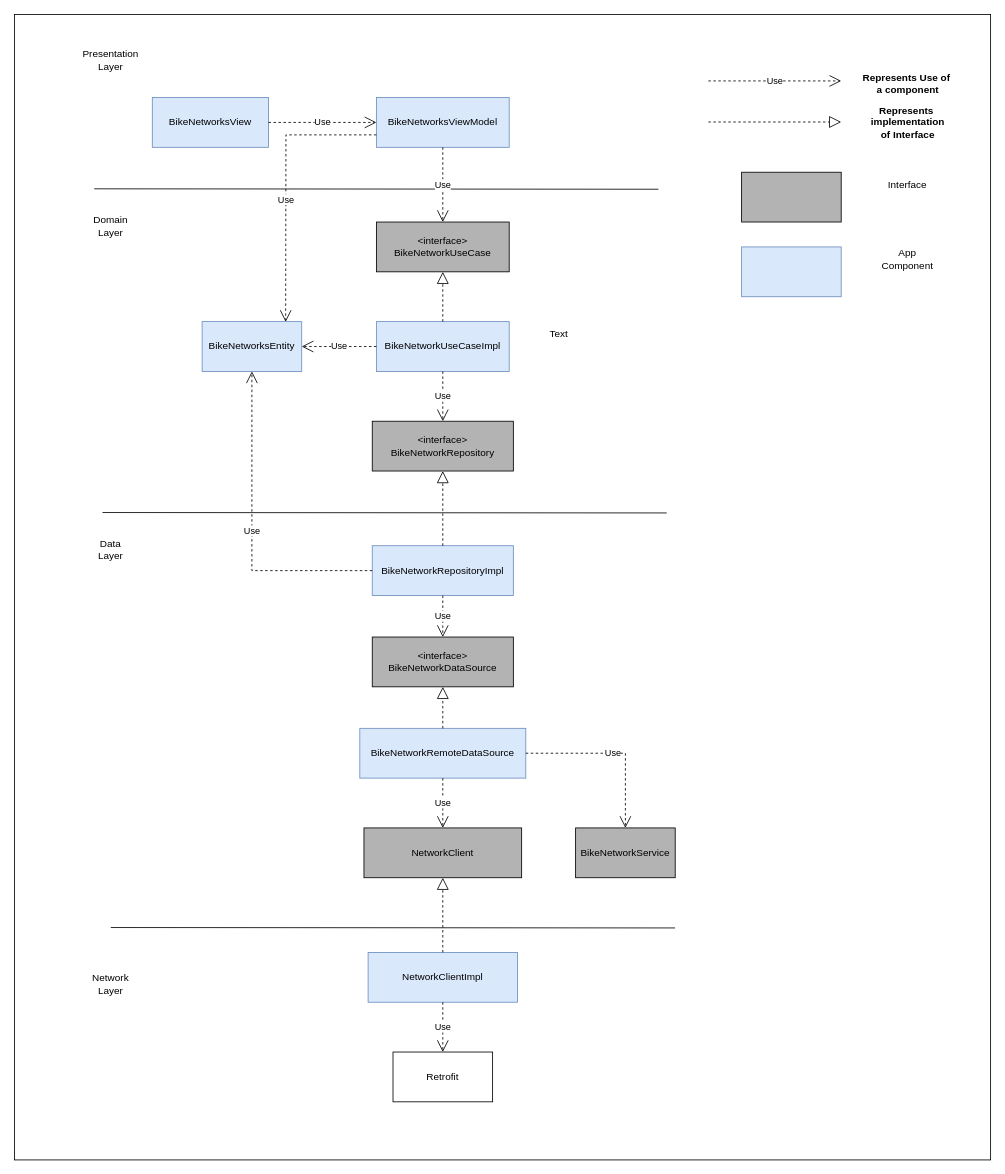
The draw.io diagram docs/architect_diagram.drawio in git-himanshu/JetComposeWithCleanArchitecture, before the edit. Source tidied: cells renumbered, new cells numbered last; positions are measured from the earlier drawing's top-left corner, leaving out a move shared by most shapes. Both pictures are drawn from the tidied source at 83%, with x=0, y=0 at pixel (14, 14).
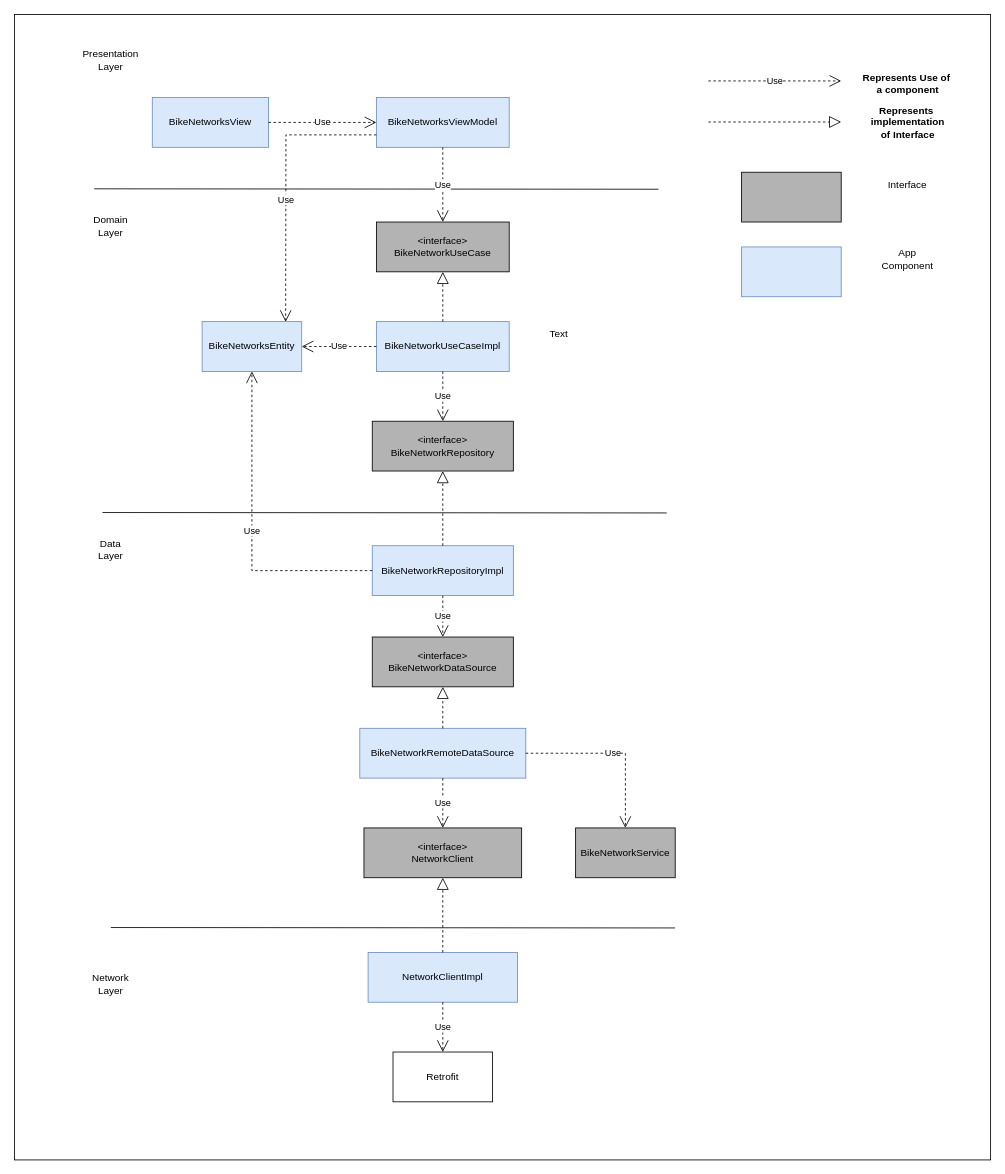
The same page after the edit.

Commit message (it also covers changes not shown here):
Network module is dependent on data module now.

What changed in the source:
```diff
@@
-    <mxCell id="41" value="NetworkClient" style="rounded=0;whiteSpace=wrap;html=1;fillColor=#B3B3B3;" parent="1" vertex="1">
+    <mxCell id="41" value="&amp;lt;interface&amp;gt;&lt;div&gt;NetworkClient&lt;/div&gt;" style="rounded=0;whiteSpace=wrap;html=1;fillColor=#B3B3B3;" parent="1" vertex="1">
       <mxGeometry x="421" y="980" width="190" height="60" as="geometry" />
     </mxCell>
```
